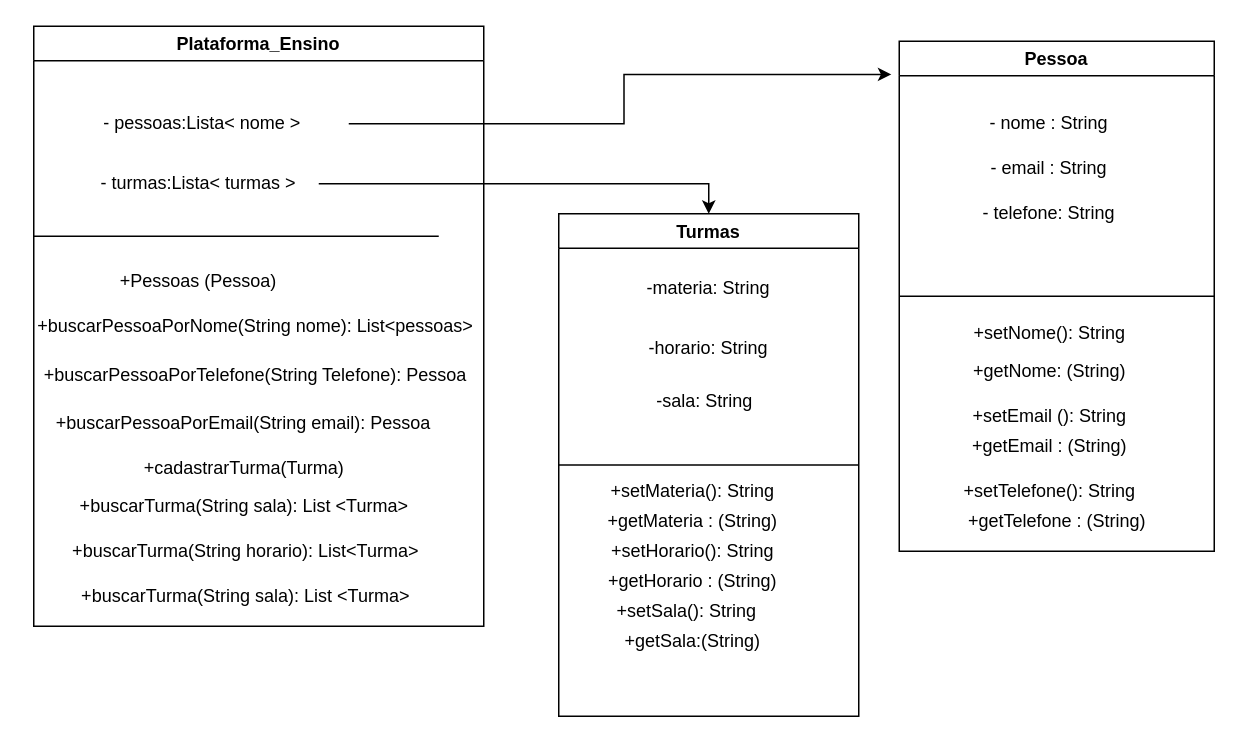
This is Engenharia-1/Untitled Diagram.drawio from dsslleagion/Bertoti, a draw.io file, before an edit. Source tidied: cells renumbered, new cells numbered last; positions are measured from the earlier drawing's top-left corner, leaving out a move shared by most shapes. Both pictures are drawn from the tidied source at 150%, with x=0, y=0 at pixel (30, 26).
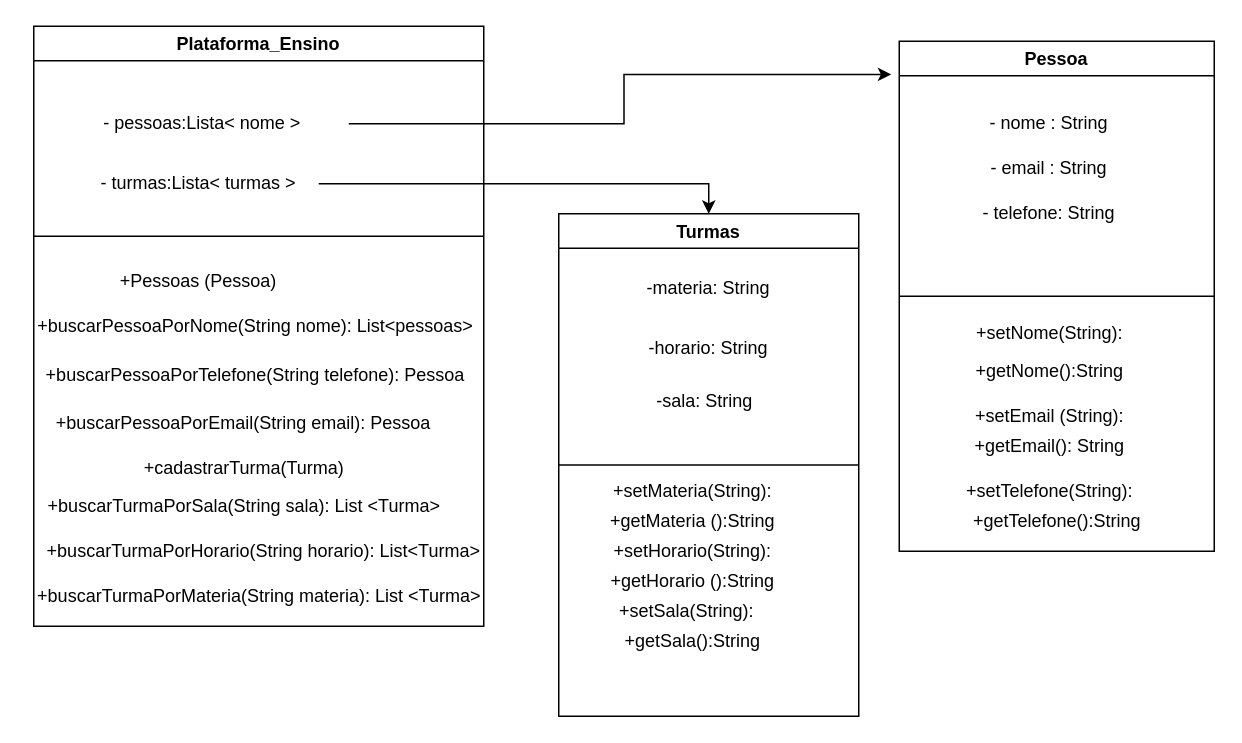
After the change.

Unchanged cells that the change refers to:
```xml
<mxCell id="2" value="Pessoa" style="swimlane;" parent="1" vertex="1">
  <mxGeometry x="579" y="10" width="210" height="340" as="geometry" />
</mxCell>
<mxCell id="13" value="Turmas" style="swimlane;" parent="1" vertex="1">
  <mxGeometry x="352" y="125" width="200" height="335" as="geometry" />
</mxCell>
<mxCell id="23" value="Plataforma_Ensino" style="swimlane;" parent="1" vertex="1">
  <mxGeometry x="2" width="300" height="400" as="geometry" />
</mxCell>
```

The edit, as a diff of the source:
```diff
@@
-    <mxCell id="7" value="+setNome(): String" style="text;html=1;align=center;verticalAlign=middle;strokeColor=none;fillColor=none;" parent="2" vertex="1">
-      <mxGeometry x="40" y="185" width="120" height="20" as="geometry" />
+    <mxCell id="7" value="+setNome(String):" style="text;html=1;align=center;verticalAlign=middle;strokeColor=none;fillColor=none;" parent="2" vertex="1">
+      <mxGeometry x="45" y="185" width="110" height="20" as="geometry" />
     </mxCell>
-    <mxCell id="8" value="+getNome: (String)" style="text;html=1;align=center;verticalAlign=middle;strokeColor=none;fillColor=none;" parent="2" vertex="1">
-      <mxGeometry x="40" y="210" width="120" height="20" as="geometry" />
+    <mxCell id="8" value="+getNome():String" style="text;html=1;align=center;verticalAlign=middle;strokeColor=none;fillColor=none;" parent="2" vertex="1">
+      <mxGeometry x="45" y="210" width="110" height="20" as="geometry" />
     </mxCell>
-    <mxCell id="9" value="+setEmail (): String" style="text;html=1;align=center;verticalAlign=middle;strokeColor=none;fillColor=none;" parent="2" vertex="1">
-      <mxGeometry x="40" y="240" width="120" height="20" as="geometry" />
+    <mxCell id="9" value="+setEmail (String):" style="text;html=1;align=center;verticalAlign=middle;strokeColor=none;fillColor=none;" parent="2" vertex="1">
+      <mxGeometry x="45" y="240" width="110" height="20" as="geometry" />
     </mxCell>
-    <mxCell id="10" value="+getEmail : (String)" style="text;html=1;align=center;verticalAlign=middle;strokeColor=none;fillColor=none;" parent="2" vertex="1">
+    <mxCell id="10" value="+getEmail(): String" style="text;html=1;align=center;verticalAlign=middle;strokeColor=none;fillColor=none;" parent="2" vertex="1">
       <mxGeometry x="40" y="260" width="120" height="20" as="geometry" />
     </mxCell>
-    <mxCell id="11" value="+getTelefone : (String)" style="text;html=1;align=center;verticalAlign=middle;strokeColor=none;fillColor=none;" parent="2" vertex="1">
-      <mxGeometry x="35" y="310" width="140" height="20" as="geometry" />
+    <mxCell id="11" value="+getTelefone():String" style="text;html=1;align=center;verticalAlign=middle;strokeColor=none;fillColor=none;" parent="2" vertex="1">
+      <mxGeometry x="40" y="310" width="130" height="20" as="geometry" />
     </mxCell>
-    <mxCell id="12" value="+setTelefone(): String" style="text;html=1;align=center;verticalAlign=middle;strokeColor=none;fillColor=none;" parent="2" vertex="1">
+    <mxCell id="12" value="+setTelefone(String):" style="text;html=1;align=center;verticalAlign=middle;strokeColor=none;fillColor=none;" parent="2" vertex="1">
       <mxGeometry x="35" y="290" width="130" height="20" as="geometry" />
     </mxCell>
@@
-    <mxCell id="17" value="+setMateria(): String" style="text;html=1;align=center;verticalAlign=middle;strokeColor=none;fillColor=none;" parent="13" vertex="1">
-      <mxGeometry x="24" y="175" width="130" height="20" as="geometry" />
+    <mxCell id="17" value="+setMateria(String):" style="text;html=1;align=center;verticalAlign=middle;strokeColor=none;fillColor=none;" parent="13" vertex="1">
+      <mxGeometry x="29" y="175" width="120" height="20" as="geometry" />
     </mxCell>
-    <mxCell id="18" value="+getMateria : (String)" style="text;html=1;align=center;verticalAlign=middle;strokeColor=none;fillColor=none;" parent="13" vertex="1">
+    <mxCell id="18" value="+getMateria ():String" style="text;html=1;align=center;verticalAlign=middle;strokeColor=none;fillColor=none;" parent="13" vertex="1">
       <mxGeometry x="24" y="195" width="130" height="20" as="geometry" />
     </mxCell>
-    <mxCell id="19" value="+getHorario : (String)" style="text;html=1;align=center;verticalAlign=middle;strokeColor=none;fillColor=none;" parent="13" vertex="1">
-      <mxGeometry x="24" y="235" width="130" height="20" as="geometry" />
+    <mxCell id="19" value="+getHorario ():String" style="text;html=1;align=center;verticalAlign=middle;strokeColor=none;fillColor=none;" parent="13" vertex="1">
+      <mxGeometry x="29" y="235" width="120" height="20" as="geometry" />
     </mxCell>
-    <mxCell id="20" value="+setHorario(): String" style="text;html=1;align=center;verticalAlign=middle;strokeColor=none;fillColor=none;" parent="13" vertex="1">
-      <mxGeometry x="24" y="215" width="130" height="20" as="geometry" />
+    <mxCell id="20" value="+setHorario(String):" style="text;html=1;align=center;verticalAlign=middle;strokeColor=none;fillColor=none;" parent="13" vertex="1">
+      <mxGeometry x="29" y="215" width="120" height="20" as="geometry" />
     </mxCell>
-    <mxCell id="21" value="+setSala(): String" style="text;html=1;align=center;verticalAlign=middle;strokeColor=none;fillColor=none;" parent="13" vertex="1">
+    <mxCell id="21" value="+setSala(String):" style="text;html=1;align=center;verticalAlign=middle;strokeColor=none;fillColor=none;" parent="13" vertex="1">
       <mxGeometry x="30" y="255" width="110" height="20" as="geometry" />
     </mxCell>
-    <mxCell id="22" value="+getSala:(String)" style="text;html=1;align=center;verticalAlign=middle;strokeColor=none;fillColor=none;" parent="13" vertex="1">
+    <mxCell id="22" value="+getSala():String" style="text;html=1;align=center;verticalAlign=middle;strokeColor=none;fillColor=none;" parent="13" vertex="1">
       <mxGeometry x="34" y="275" width="110" height="20" as="geometry" />
     </mxCell>
@@
     <mxCell id="26" style="endArrow=none;html=1;rounded=0;" parent="23" edge="1">
       <mxGeometry relative="1" as="geometry">
         <mxPoint y="140" as="sourcePoint" />
-        <mxPoint x="270" y="140" as="targetPoint" />
+        <mxPoint x="300" y="140" as="targetPoint" />
       </mxGeometry>
     </mxCell>
@@
-    <mxCell id="29" value="+buscarPessoaPorTelefone(String Telefone): Pessoa" style="text;html=1;strokeColor=none;fillColor=none;align=center;verticalAlign=middle;whiteSpace=wrap;rounded=0;" parent="23" vertex="1">
+    <mxCell id="29" value="+buscarPessoaPorTelefone(String telefone): Pessoa" style="text;html=1;strokeColor=none;fillColor=none;align=center;verticalAlign=middle;whiteSpace=wrap;rounded=0;" parent="23" vertex="1">
       <mxGeometry x="6" y="220" width="284" height="25" as="geometry" />
     </mxCell>
@@
-    <mxCell id="32" value="+buscarTurma(String sala): List &amp;lt;Turma&amp;gt;" style="text;html=1;align=center;verticalAlign=middle;strokeColor=none;fillColor=none;" parent="23" vertex="1">
-      <mxGeometry x="20" y="310" width="240" height="20" as="geometry" />
+    <mxCell id="32" value="+buscarTurmaPorSala(String sala): List &amp;lt;Turma&amp;gt;" style="text;html=1;align=center;verticalAlign=middle;strokeColor=none;fillColor=none;" parent="23" vertex="1">
+      <mxGeometry y="310" width="280" height="20" as="geometry" />
     </mxCell>
-    <mxCell id="33" value="+buscarTurma(String horario): List&amp;lt;Turma&amp;gt;" style="text;html=1;align=center;verticalAlign=middle;strokeColor=none;fillColor=none;" parent="23" vertex="1">
-      <mxGeometry x="16" y="340" width="250" height="20" as="geometry" />
+    <mxCell id="33" value="+buscarTurmaPorHorario(String horario): List&amp;lt;Turma&amp;gt;" style="text;html=1;align=center;verticalAlign=middle;strokeColor=none;fillColor=none;" parent="23" vertex="1">
+      <mxGeometry x="3" y="340" width="300" height="20" as="geometry" />
     </mxCell>
-    <mxCell id="34" value="+buscarTurma(String sala): List &amp;lt;Turma&amp;gt;" style="text;html=1;align=center;verticalAlign=middle;strokeColor=none;fillColor=none;" parent="23" vertex="1">
-      <mxGeometry x="21" y="370" width="240" height="20" as="geometry" />
+    <mxCell id="34" value="+buscarTurmaPorMateria(String materia): List &amp;lt;Turma&amp;gt;" style="text;html=1;align=center;verticalAlign=middle;strokeColor=none;fillColor=none;" parent="23" vertex="1">
+      <mxGeometry x="-5" y="370" width="310" height="20" as="geometry" />
     </mxCell>
```
